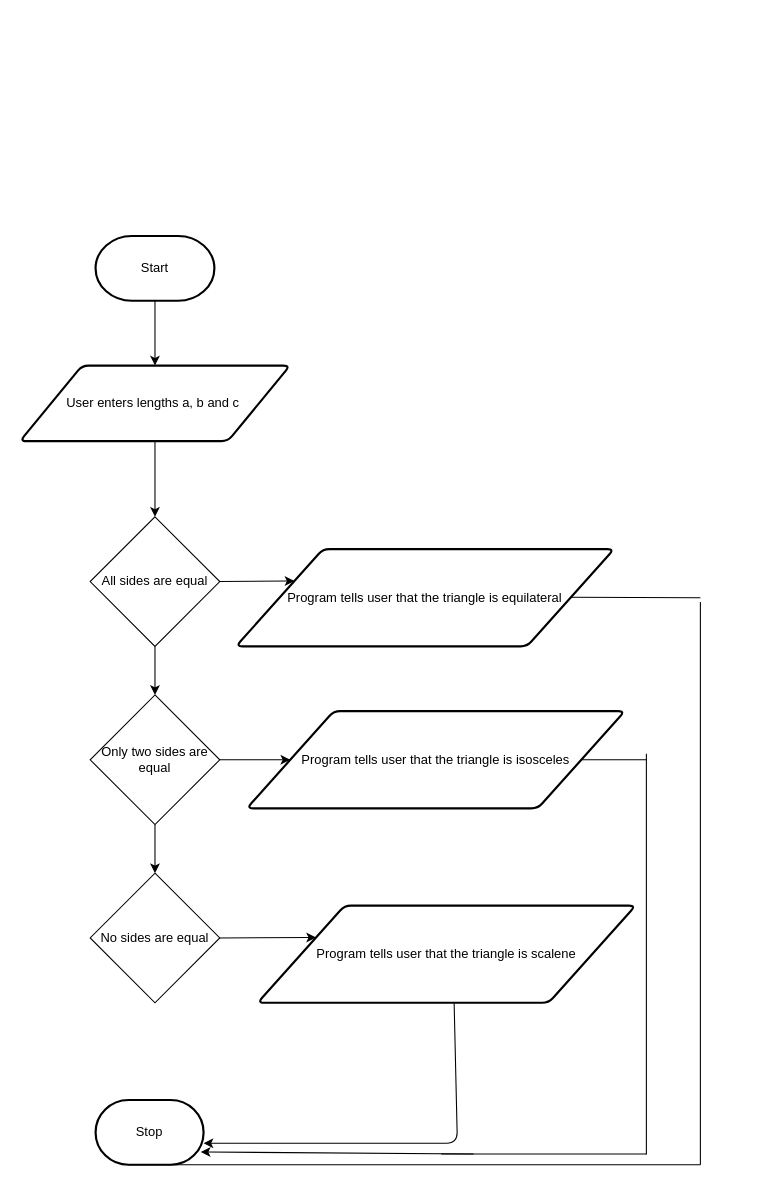
This is design/flowchart.drawio from joannesanthosh/ICS20-Unit5-05-HTML, a draw.io file, before an edit. Source tidied: cells renumbered, new cells numbered last; positions are measured from the earlier drawing's top-left corner, leaving out a move shared by most shapes. Both pictures are drawn from the tidied source at 108%, with x=0, y=0 at pixel (19, 235).
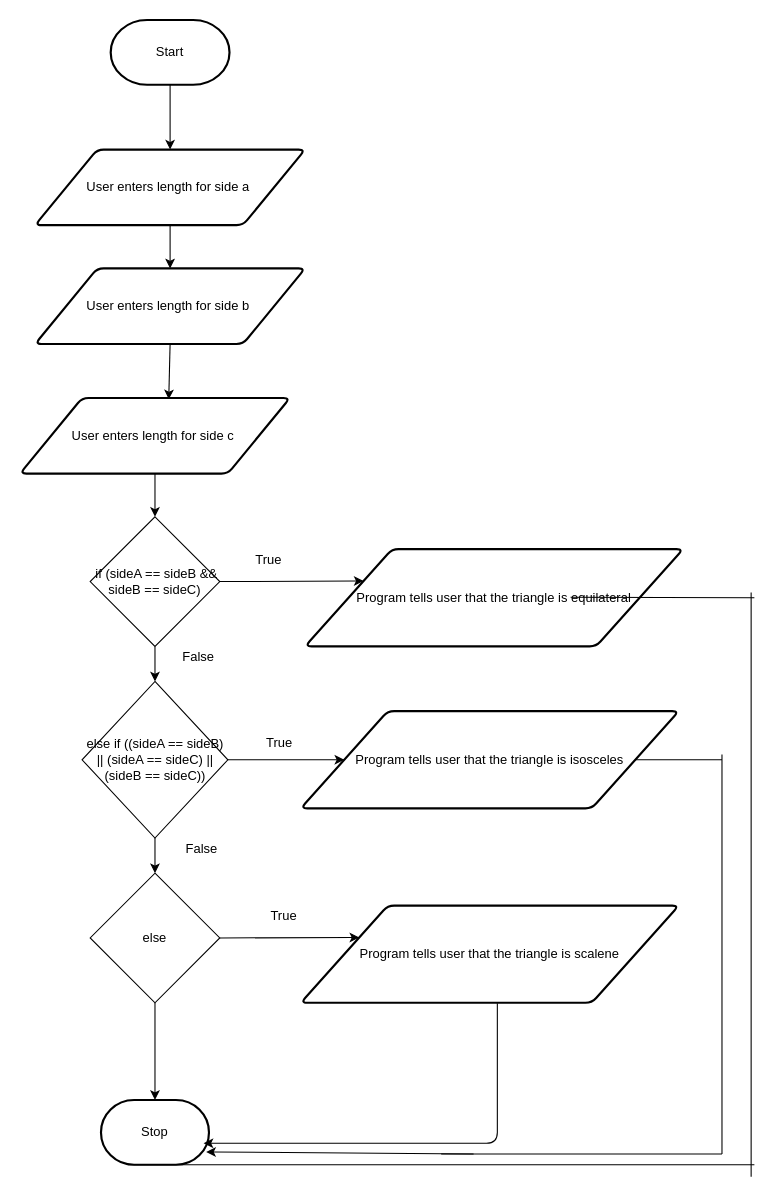
Above is the later version.

Change to the diagram source:
```diff
@@
     <mxCell id="3" value="Start" style="strokeWidth=2;html=1;shape=mxgraph.flowchart.terminator;whiteSpace=wrap;" parent="1" vertex="1">
-      <mxGeometry x="70" width="110" height="60" as="geometry" />
+      <mxGeometry x="84" y="-200" width="110" height="60" as="geometry" />
     </mxCell>
-    <mxCell id="4" style="edgeStyle=none;html=1;entryX=0.5;entryY=0;entryDx=0;entryDy=0;" parent="1" edge="1" source="5" target="10">
-      <mxGeometry relative="1" as="geometry" />
-    </mxCell>
+    <mxCell id="26" style="edgeStyle=none;html=1;" parent="1" edge="1" source="5" target="29">
+      <mxGeometry relative="1" as="geometry" />
+    </mxCell>
-    <mxCell id="5" value="User enters lengths a, b and c&amp;nbsp;" style="shape=parallelogram;html=1;strokeWidth=2;perimeter=parallelogramPerimeter;whiteSpace=wrap;rounded=1;arcSize=12;size=0.23;" parent="1" vertex="1">
-      <mxGeometry y="120" width="250" height="70" as="geometry" />
+    <mxCell id="5" value="User enters length for side a&amp;nbsp;" style="shape=parallelogram;html=1;strokeWidth=2;perimeter=parallelogramPerimeter;whiteSpace=wrap;rounded=1;arcSize=12;size=0.23;" parent="1" vertex="1">
+      <mxGeometry x="14" y="-80" width="250" height="70" as="geometry" />
     </mxCell>
     <mxCell id="6" value="Program tells user that the triangle is equilateral" style="shape=parallelogram;html=1;strokeWidth=2;perimeter=parallelogramPerimeter;whiteSpace=wrap;rounded=1;arcSize=12;size=0.23;" parent="1" vertex="1">
-      <mxGeometry x="200" y="290" width="350" height="90" as="geometry" />
+      <mxGeometry x="264" y="290" width="350" height="90" as="geometry" />
     </mxCell>
     <mxCell id="7" value="Stop" style="strokeWidth=2;html=1;shape=mxgraph.flowchart.terminator;whiteSpace=wrap;" parent="1" vertex="1">
-      <mxGeometry x="70" y="800" width="100" height="60" as="geometry" />
+      <mxGeometry x="75" y="800" width="100" height="60" as="geometry" />
     </mxCell>
@@
-    <mxCell id="10" value="All sides are equal" style="rhombus;whiteSpace=wrap;html=1;" parent="1" vertex="1">
+    <mxCell id="10" value="&amp;nbsp;if (sideA == sideB &amp;amp;&amp;amp; sideB == sideC)" style="rhombus;whiteSpace=wrap;html=1;" parent="1" vertex="1">
       <mxGeometry x="65" y="260" width="120" height="120" as="geometry" />
     </mxCell>
     <mxCell id="11" value="Program tells user that the triangle is isosceles" style="shape=parallelogram;html=1;strokeWidth=2;perimeter=parallelogramPerimeter;whiteSpace=wrap;rounded=1;arcSize=12;size=0.23;" parent="1" vertex="1">
-      <mxGeometry x="210" y="440" width="350" height="90" as="geometry" />
+      <mxGeometry x="260" y="440" width="350" height="90" as="geometry" />
     </mxCell>
@@
-    <mxCell id="14" value="Only two sides are equal" style="rhombus;whiteSpace=wrap;html=1;" parent="1" vertex="1">
-      <mxGeometry x="65" y="425" width="120" height="120" as="geometry" />
+    <mxCell id="14" value="else if ((sideA == sideB) || (sideA == sideC) || (sideB == sideC))" style="rhombus;whiteSpace=wrap;html=1;" parent="1" vertex="1">
+      <mxGeometry x="57.5" y="412.5" width="135" height="145" as="geometry" />
     </mxCell>
@@
+    <mxCell id="27" style="edgeStyle=none;html=1;exitX=0.5;exitY=1;exitDx=0;exitDy=0;" parent="1" edge="1" source="16" target="7">
+      <mxGeometry relative="1" as="geometry" />
+    </mxCell>
-    <mxCell id="16" value="No sides are equal" style="rhombus;whiteSpace=wrap;html=1;" parent="1" vertex="1">
+    <mxCell id="16" value="else" style="rhombus;whiteSpace=wrap;html=1;" parent="1" vertex="1">
       <mxGeometry x="65" y="590" width="120" height="120" as="geometry" />
     </mxCell>
     <mxCell id="17" value="Program tells user that the triangle is scalene" style="shape=parallelogram;html=1;strokeWidth=2;perimeter=parallelogramPerimeter;whiteSpace=wrap;rounded=1;arcSize=12;size=0.23;" parent="1" vertex="1">
-      <mxGeometry x="220" y="620" width="350" height="90" as="geometry" />
+      <mxGeometry x="260" y="620" width="350" height="90" as="geometry" />
     </mxCell>
@@
     <mxCell id="19" style="endArrow=none;html=1;exitX=1;exitY=0.5;exitDx=0;exitDy=0;" parent="1" edge="1" source="11">
       <mxGeometry relative="1" as="geometry">
-        <mxPoint x="580" y="485" as="targetPoint" />
+        <mxPoint x="650" y="485" as="targetPoint" />
       </mxGeometry>
     </mxCell>
     <mxCell id="20" style="endArrow=none;html=1;" parent="1" edge="1">
       <mxGeometry relative="1" as="geometry">
-        <mxPoint x="580" y="479.5" as="sourcePoint" />
-        <mxPoint x="580" y="850.5" as="targetPoint" />
+        <mxPoint x="650" y="480" as="sourcePoint" />
+        <mxPoint x="650" y="850" as="targetPoint" />
       </mxGeometry>
     </mxCell>
     <mxCell id="21" style="endArrow=none;html=1;exitX=1;exitY=0.5;exitDx=0;exitDy=0;" parent="1" edge="1">
       <mxGeometry relative="1" as="geometry">
         <mxPoint x="390" y="850" as="sourcePoint" />
-        <mxPoint x="580" y="850" as="targetPoint" />
+        <mxPoint x="650" y="850" as="targetPoint" />
       </mxGeometry>
     </mxCell>
     <mxCell id="22" style="edgeStyle=none;html=1;exitX=0.52;exitY=1.005;exitDx=0;exitDy=0;exitPerimeter=0;" parent="1" edge="1" source="17">
       <mxGeometry relative="1" as="geometry">
         <mxPoint x="170" y="840" as="targetPoint" />
         <Array as="points">
-          <mxPoint x="405" y="840" />
+          <mxPoint x="442" y="840" />
           <mxPoint x="170" y="840" />
         </Array>
       </mxGeometry>
     </mxCell>
     <mxCell id="23" style="endArrow=none;html=1;exitX=1;exitY=0.5;exitDx=0;exitDy=0;" parent="1" edge="1">
       <mxGeometry relative="1" as="geometry">
         <mxPoint x="509.8" y="334.5" as="sourcePoint" />
-        <mxPoint x="630" y="335" as="targetPoint" />
+        <mxPoint x="680" y="335" as="targetPoint" />
       </mxGeometry>
     </mxCell>
     <mxCell id="24" style="endArrow=none;html=1;" parent="1" edge="1">
       <mxGeometry relative="1" as="geometry">
-        <mxPoint x="630" y="339" as="sourcePoint" />
-        <mxPoint x="630" y="860" as="targetPoint" />
+        <mxPoint x="677" y="330" as="sourcePoint" />
+        <mxPoint x="677" y="871" as="targetPoint" />
       </mxGeometry>
     </mxCell>
     <mxCell id="25" style="endArrow=none;html=1;exitX=1;exitY=0.5;exitDx=0;exitDy=0;" parent="1" edge="1">
       <mxGeometry relative="1" as="geometry">
         <mxPoint x="100" y="860" as="sourcePoint" />
-        <mxPoint x="630" y="860" as="targetPoint" />
+        <mxPoint x="680" y="860" as="targetPoint" />
       </mxGeometry>
     </mxCell>
+    <mxCell id="28" style="edgeStyle=none;html=1;exitX=0.5;exitY=1;exitDx=0;exitDy=0;entryX=0.551;entryY=0.017;entryDx=0;entryDy=0;entryPerimeter=0;" parent="1" edge="1" source="29" target="31">
+      <mxGeometry relative="1" as="geometry" />
+    </mxCell>
+    <mxCell id="29" value="User enters length for side b&amp;nbsp;" style="shape=parallelogram;html=1;strokeWidth=2;perimeter=parallelogramPerimeter;whiteSpace=wrap;rounded=1;arcSize=12;size=0.23;" parent="1" vertex="1">
+      <mxGeometry x="14" y="30" width="250" height="70" as="geometry" />
+    </mxCell>
+    <mxCell id="30" style="edgeStyle=none;html=1;exitX=0.5;exitY=1;exitDx=0;exitDy=0;entryX=0.5;entryY=0;entryDx=0;entryDy=0;" parent="1" edge="1" source="31" target="10">
+      <mxGeometry relative="1" as="geometry" />
+    </mxCell>
+    <mxCell id="31" value="User enters length for side c&amp;nbsp;" style="shape=parallelogram;html=1;strokeWidth=2;perimeter=parallelogramPerimeter;whiteSpace=wrap;rounded=1;arcSize=12;size=0.23;" parent="1" vertex="1">
+      <mxGeometry y="150" width="250" height="70" as="geometry" />
+    </mxCell>
+    <mxCell id="32" value="True" style="text;html=1;align=center;verticalAlign=middle;fillColor=none;strokeColor=none;rounded=0;" parent="1" vertex="1">
+      <mxGeometry x="210" y="290" width="40" height="20" as="geometry" />
+    </mxCell>
+    <mxCell id="33" value="True" style="text;html=1;align=center;verticalAlign=middle;fillColor=none;strokeColor=none;rounded=0;" parent="1" vertex="1">
+      <mxGeometry x="220" y="460" width="40" height="20" as="geometry" />
+    </mxCell>
+    <mxCell id="34" value="True" style="text;html=1;align=center;verticalAlign=middle;fillColor=none;strokeColor=none;rounded=0;" parent="1" vertex="1">
+      <mxGeometry x="224" y="620" width="40" height="20" as="geometry" />
+    </mxCell>
+    <mxCell id="35" value="False" style="text;html=1;align=center;verticalAlign=middle;fillColor=none;strokeColor=none;rounded=0;" parent="1" vertex="1">
+      <mxGeometry x="140" y="380" width="50" height="20" as="geometry" />
+    </mxCell>
+    <mxCell id="36" value="False" style="text;html=1;align=center;verticalAlign=middle;fillColor=none;strokeColor=none;rounded=0;" parent="1" vertex="1">
+      <mxGeometry x="142.5" y="557.5" width="50" height="20" as="geometry" />
+    </mxCell>
```
